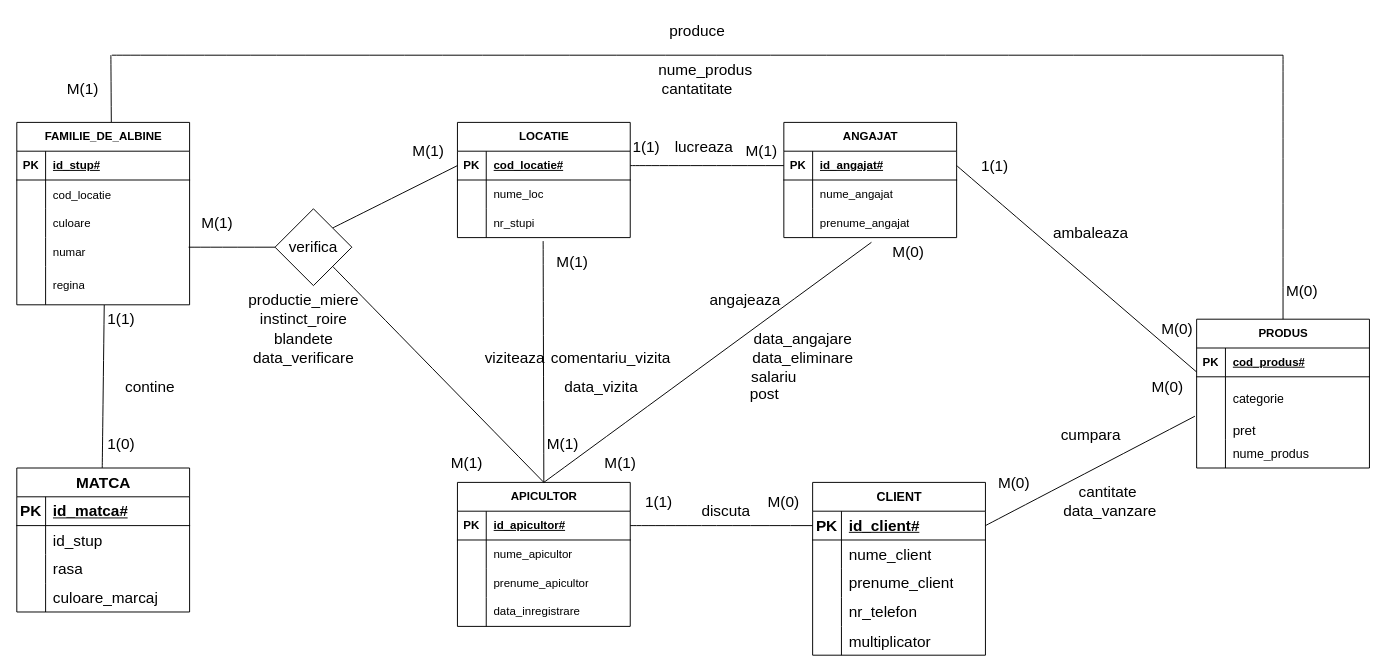
This is page "Page-1" (1 of 2) of Diagramă fără titlu.drawio from Matoka26/DataBase-Stupina, a draw.io file, before an edit. Source tidied: cells renumbered, new cells numbered last; positions are measured from the earlier drawing's top-left corner, leaving out a move shared by most shapes. Both pictures are drawn from the tidied source at 96%, with x=0, y=0 at pixel (16, 16).
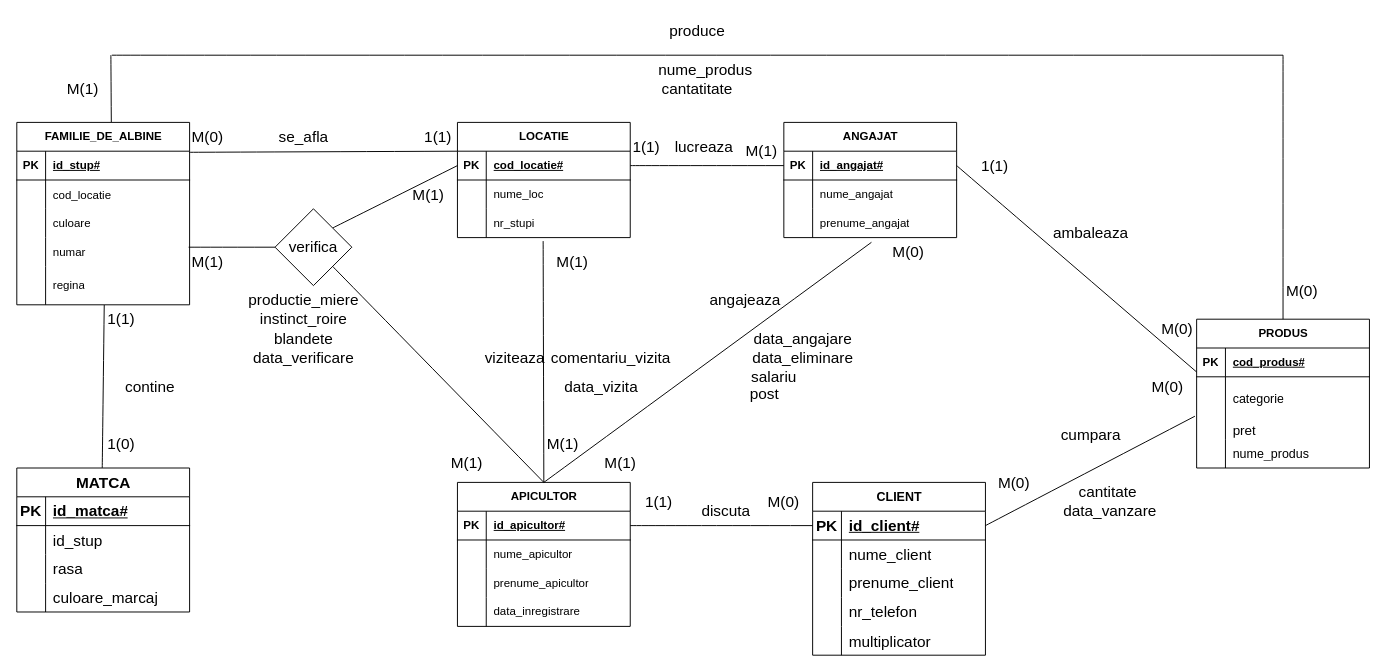
After the change.

Unchanged cells that the change refers to:
```xml
<mxCell id="15" value="LOCATIE" style="shape=table;startSize=30;childLayout=tableLayout;rowLines=0;fontStyle=1;align=center;html=1;" parent="1" vertex="1">
  <mxGeometry x="459" y="110" width="180" height="120" as="geometry" />
</mxCell>
<mxCell id="36" style="shape=tableRow;horizontal=0;startSize=0;swimlaneHead=0;swimlaneBody=0;fillColor=none;points=[[0,0.5],[1,0.5]];portConstraint=eastwest;top=0;left=0;right=0;bottom=1;" parent="35" vertex="1">
  <mxGeometry y="30" width="180" height="30" as="geometry" />
</mxCell>
```

Diff of the diagram source:
```diff
@@
     <mxCell id="84" value="M(1)" style="text;html=1;strokeColor=none;fillColor=none;align=center;verticalAlign=middle;whiteSpace=wrap;rounded=0;fontSize=16;" parent="1" vertex="1">
-      <mxGeometry x="399" y="125" width="60" height="30" as="geometry" />
+      <mxGeometry x="399" y="170" width="60" height="30" as="geometry" />
     </mxCell>
@@
     <mxCell id="144" value="M(1)" style="text;html=1;strokeColor=none;fillColor=none;align=center;verticalAlign=middle;whiteSpace=wrap;rounded=0;fontSize=16;" parent="1" vertex="1">
-      <mxGeometry x="179" y="200" width="60" height="30" as="geometry" />
+      <mxGeometry x="169" y="240" width="60" height="30" as="geometry" />
     </mxCell>
@@
+    <mxCell id="150" style="endArrow=none;html=1;rounded=0;fontSize=12;startSize=8;endSize=8;curved=1;exitX=0.998;exitY=0.038;exitDx=0;exitDy=0;exitPerimeter=0;entryX=0;entryY=0.25;entryDx=0;entryDy=0;" parent="1" edge="1" source="36" target="15">
+      <mxGeometry relative="1" as="geometry" />
+    </mxCell>
+    <mxCell id="151" value="se_afla" style="text;html=1;strokeColor=none;fillColor=none;align=center;verticalAlign=middle;whiteSpace=wrap;rounded=0;fontSize=16;" parent="1" vertex="1">
+      <mxGeometry x="269" y="110" width="60" height="30" as="geometry" />
+    </mxCell>
+    <mxCell id="152" value="M(0)" style="text;html=1;strokeColor=none;fillColor=none;align=center;verticalAlign=middle;whiteSpace=wrap;rounded=0;fontSize=16;" parent="1" vertex="1">
+      <mxGeometry x="169" y="110" width="60" height="30" as="geometry" />
+    </mxCell>
+    <mxCell id="153" value="1(1)" style="text;html=1;strokeColor=none;fillColor=none;align=center;verticalAlign=middle;whiteSpace=wrap;rounded=0;fontSize=16;" parent="1" vertex="1">
+      <mxGeometry x="409" y="110" width="60" height="30" as="geometry" />
+    </mxCell>
```
